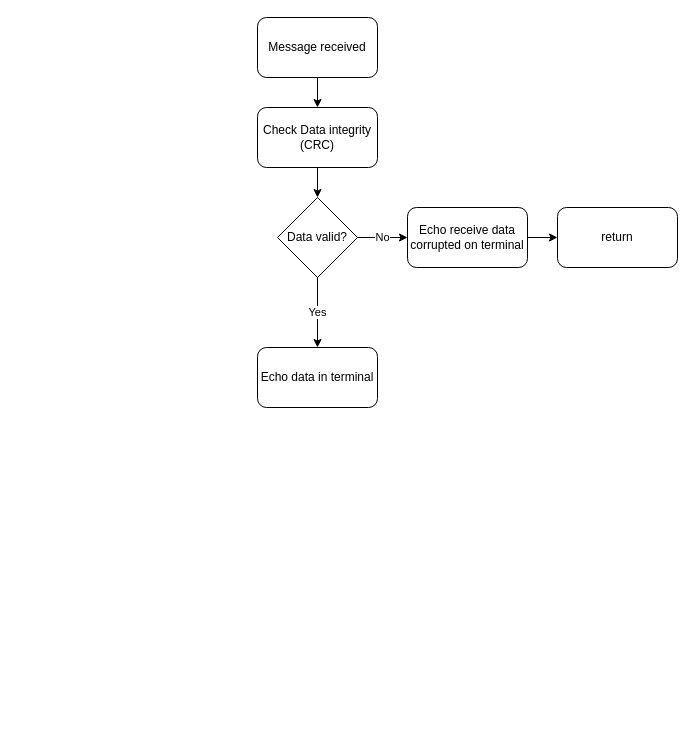
Above: page "Serial Port Receive" (4 of 4) of Documentation/PC_GUI_Flowchart.drawio in nagars/CPDM-IISc (draw.io), before the change. Source tidied: cells renumbered, new cells numbered last; positions are measured from the earlier drawing's top-left corner, leaving out a move shared by most shapes. Both pictures are drawn from the tidied source at 100%, with x=0, y=0 at pixel (257, 17).
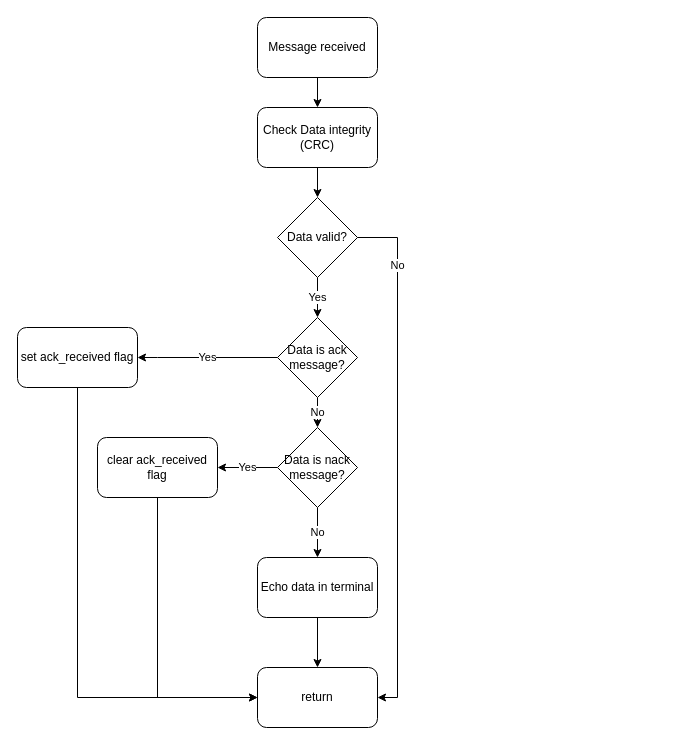
The same page after the edit.

Unchanged cells that the change refers to:
```xml
<mxCell id="8" value="Data valid?" style="rhombus;whiteSpace=wrap;html=1;" parent="1" vertex="1">
  <mxGeometry x="20" y="180" width="80" height="80" as="geometry" />
</mxCell>
```

Change to the diagram source:
```diff
@@
-    <mxCell id="6" value="Yes" style="edgeStyle=orthogonalEdgeStyle;rounded=0;jettySize=auto;html=1;entryX=0.5;entryY=0;entryDx=0;entryDy=0;" parent="1" edge="1" source="8">
-      <mxGeometry relative="1" as="geometry">
-        <mxPoint x="60" y="330" as="targetPoint" />
-      </mxGeometry>
-    </mxCell>
-    <mxCell id="7" value="No" style="edgeStyle=orthogonalEdgeStyle;rounded=0;jettySize=auto;html=1;" parent="1" edge="1" source="8" target="11">
-      <mxGeometry relative="1" as="geometry" />
-    </mxCell>
+    <mxCell id="13" value="Yes" style="edgeStyle=orthogonalEdgeStyle;rounded=0;jettySize=auto;html=1;" parent="1" edge="1" source="8" target="17">
+      <mxGeometry relative="1" as="geometry" />
+    </mxCell>
@@
+    <mxCell id="14" style="edgeStyle=orthogonalEdgeStyle;rounded=0;jettySize=auto;html=1;" parent="1" edge="1" source="9" target="12">
+      <mxGeometry relative="1" as="geometry" />
+    </mxCell>
     <mxCell id="9" value="Echo data in terminal" style="rounded=1;whiteSpace=wrap;html=1;" parent="1" vertex="1">
-      <mxGeometry y="330" width="120" height="60" as="geometry" />
+      <mxGeometry y="540" width="120" height="60" as="geometry" />
     </mxCell>
-    <mxCell id="10" style="edgeStyle=orthogonalEdgeStyle;rounded=0;jettySize=auto;html=1;" parent="1" edge="1" source="11" target="12">
-      <mxGeometry relative="1" as="geometry" />
-    </mxCell>
-    <mxCell id="11" value="Echo receive data corrupted on terminal" style="rounded=1;whiteSpace=wrap;html=1;" parent="1" vertex="1">
-      <mxGeometry x="150" y="190" width="120" height="60" as="geometry" />
-    </mxCell>
     <mxCell id="12" value="return" style="rounded=1;whiteSpace=wrap;html=1;" parent="1" vertex="1">
-      <mxGeometry x="300" y="190" width="120" height="60" as="geometry" />
+      <mxGeometry y="650" width="120" height="60" as="geometry" />
     </mxCell>
+    <mxCell id="15" value="No" style="edgeStyle=orthogonalEdgeStyle;rounded=0;jettySize=auto;html=1;exitX=1;exitY=0.5;exitDx=0;exitDy=0;entryX=1;entryY=0.5;entryDx=0;entryDy=0;" parent="1" edge="1" source="8" target="12">
+      <mxGeometry x="-0.74" relative="1" as="geometry" />
+    </mxCell>
+    <mxCell id="16" value="No" style="edgeStyle=orthogonalEdgeStyle;rounded=0;jettySize=auto;html=1;" parent="1" edge="1" source="17" target="23">
+      <mxGeometry relative="1" as="geometry" />
+    </mxCell>
+    <mxCell id="17" value="Data is ack message?" style="rhombus;whiteSpace=wrap;html=1;" parent="1" vertex="1">
+      <mxGeometry x="20" y="300" width="80" height="80" as="geometry" />
+    </mxCell>
+    <mxCell id="18" value="Yes" style="edgeStyle=orthogonalEdgeStyle;rounded=0;jettySize=auto;html=1;exitX=0;exitY=0.5;exitDx=0;exitDy=0;entryX=1;entryY=0.5;entryDx=0;entryDy=0;" parent="1" edge="1" source="17" target="19">
+      <mxGeometry relative="1" as="geometry">
+        <Array as="points">
+          <mxPoint x="-100" y="340" />
+          <mxPoint x="-100" y="340" />
+        </Array>
+      </mxGeometry>
+    </mxCell>
+    <mxCell id="19" value="set ack_received flag" style="rounded=1;whiteSpace=wrap;html=1;" parent="1" vertex="1">
+      <mxGeometry x="-240" y="310" width="120" height="60" as="geometry" />
+    </mxCell>
+    <mxCell id="20" style="edgeStyle=orthogonalEdgeStyle;rounded=0;jettySize=auto;html=1;exitX=0.5;exitY=1;exitDx=0;exitDy=0;entryX=0;entryY=0.5;entryDx=0;entryDy=0;" parent="1" edge="1" source="19" target="12">
+      <mxGeometry relative="1" as="geometry" />
+    </mxCell>
+    <mxCell id="21" value="No" style="edgeStyle=orthogonalEdgeStyle;rounded=0;jettySize=auto;html=1;" parent="1" edge="1" source="23" target="9">
+      <mxGeometry relative="1" as="geometry" />
+    </mxCell>
+    <mxCell id="22" value="Yes" style="edgeStyle=orthogonalEdgeStyle;rounded=0;jettySize=auto;html=1;" parent="1" edge="1" source="23" target="24">
+      <mxGeometry relative="1" as="geometry" />
+    </mxCell>
+    <mxCell id="23" value="Data is nack message?" style="rhombus;whiteSpace=wrap;html=1;" parent="1" vertex="1">
+      <mxGeometry x="20" y="410" width="80" height="80" as="geometry" />
+    </mxCell>
+    <mxCell id="24" value="clear ack_received flag" style="rounded=1;whiteSpace=wrap;html=1;" parent="1" vertex="1">
+      <mxGeometry x="-160" y="420" width="120" height="60" as="geometry" />
+    </mxCell>
+    <mxCell id="25" style="edgeStyle=orthogonalEdgeStyle;rounded=0;jettySize=auto;html=1;exitX=0.5;exitY=1;exitDx=0;exitDy=0;entryX=0;entryY=0.5;entryDx=0;entryDy=0;" parent="1" edge="1" source="24" target="12">
+      <mxGeometry relative="1" as="geometry" />
+    </mxCell>
```
